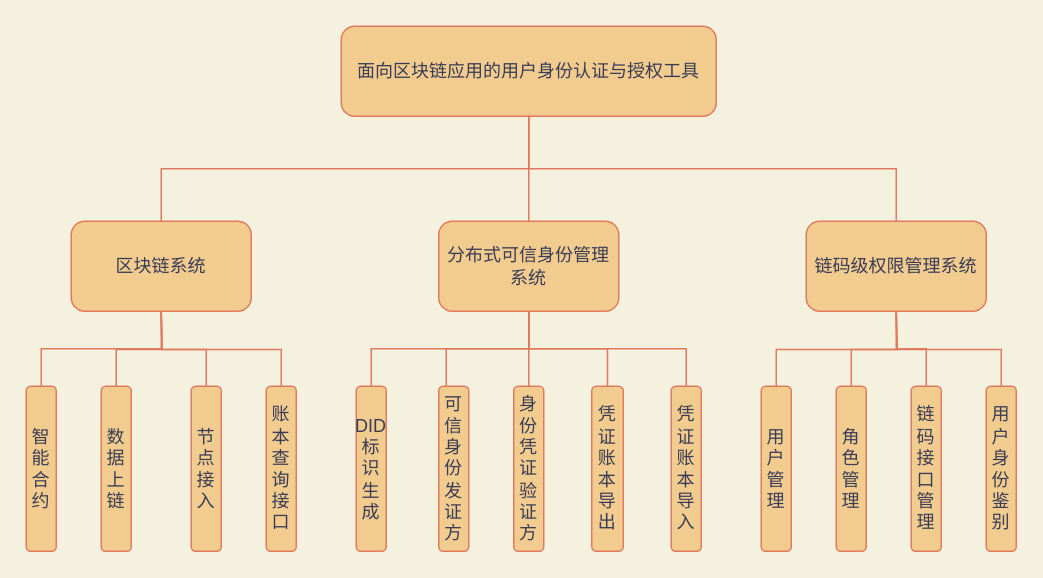
This is 系统模块图.drawio from doubleBeans/doubleBeans, a draw.io file, before an edit. Source tidied: cells renumbered, new cells numbered last; positions are measured from the earlier drawing's top-left corner, leaving out a move shared by most shapes. Both pictures are drawn from the tidied source at 150%, with x=0, y=0 at pixel (26, 26).
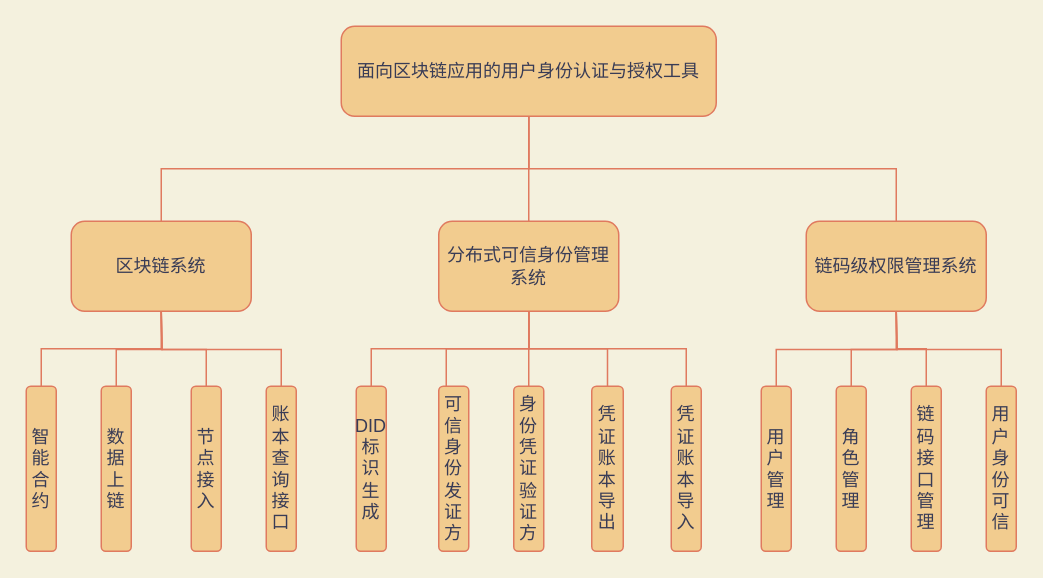
Above is the later version.

Commit message:
Update 系统模块图.drawio

The edit, as a diff of the source:
```diff
@@
-    <mxCell id="32" value="用户身份鉴别" style="rounded=1;whiteSpace=wrap;html=1;fontFamily=Helvetica;imageWidth=24;imageHeight=24;fillColor=#F2CC8F;strokeColor=#E07A5F;fontColor=#393C56;" parent="1" vertex="1">
+    <mxCell id="32" value="用户身份可信" style="rounded=1;whiteSpace=wrap;html=1;fontFamily=Helvetica;imageWidth=24;imageHeight=24;fillColor=#F2CC8F;strokeColor=#E07A5F;fontColor=#393C56;" parent="1" vertex="1">
       <mxGeometry x="640" y="240" width="20" height="110" as="geometry" />
     </mxCell>
```
